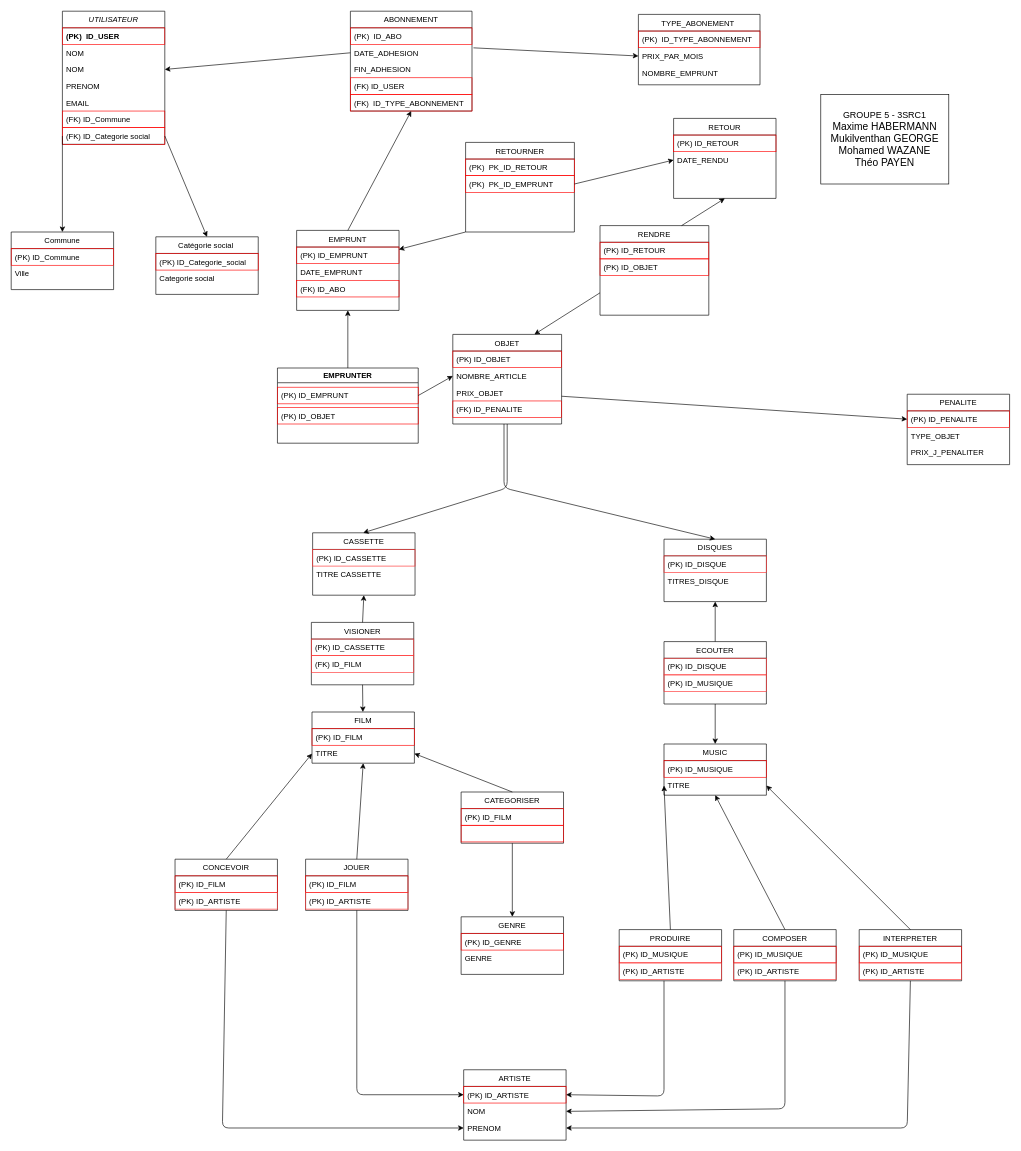
The draw.io diagram page "MPD VERSION FINALE" (4 of 4) of Proje BDD-2-2.drawio in GMukilventhan/Projet-BDD-SRC-21-22, before the edit. Source tidied: cells renumbered, new cells numbered last; positions are measured from the earlier drawing's top-left corner, leaving out a move shared by most shapes. Both pictures are drawn from the tidied source at 64%, with x=0, y=0 at pixel (11, 11).
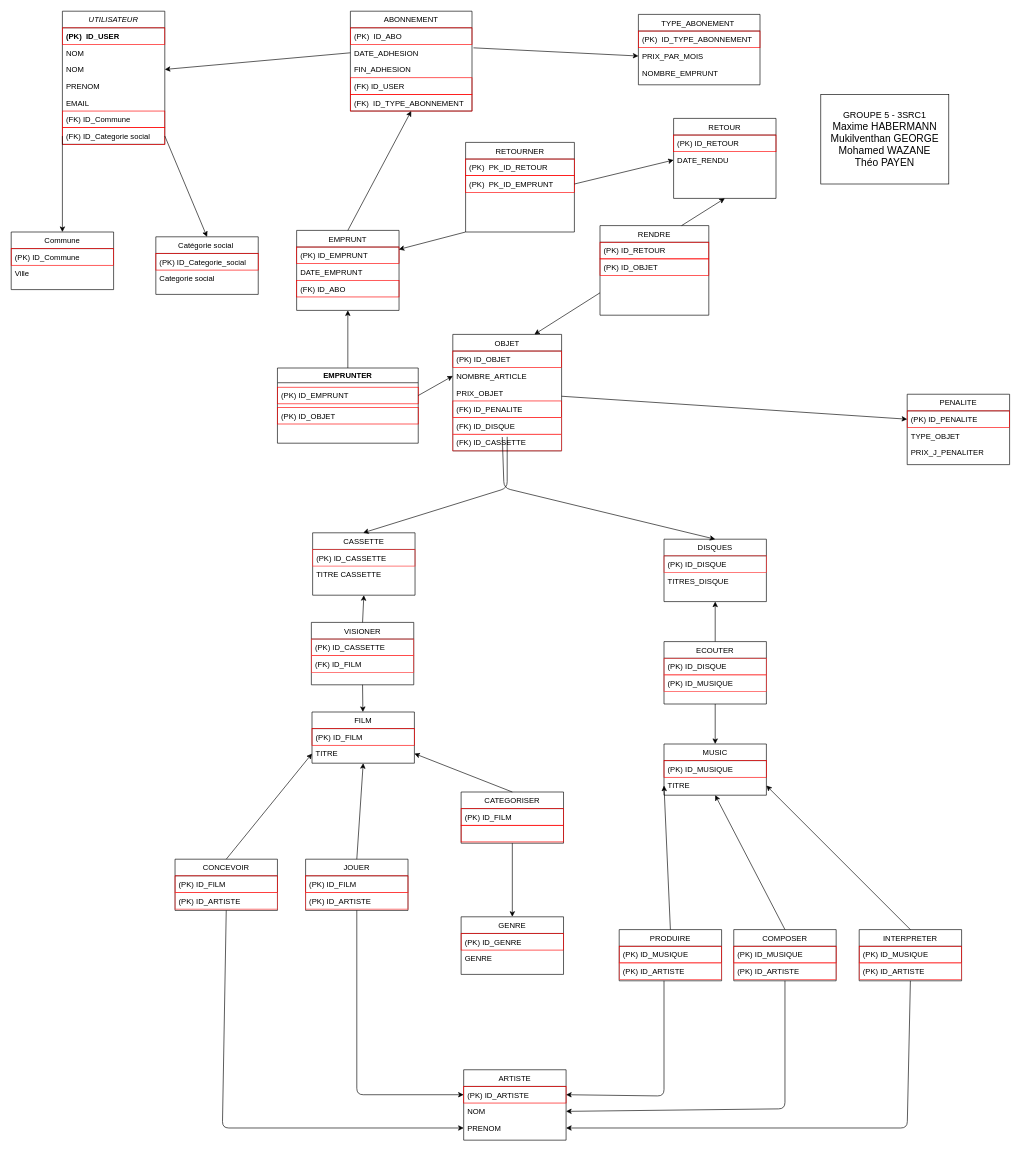
The same page after the edit.

The change refers to these unchanged cells:
```xml
<mxCell id="48" value="DISQUES" style="swimlane;fontStyle=0;align=center;verticalAlign=top;horizontal=1;startSize=26;rounded=0;shadow=0;strokeWidth=1;" parent="1" vertex="1">
  <mxGeometry x="1020" y="825" width="160" height="97.5" as="geometry" />
</mxCell>
```

The edit, as a diff of the source:
```diff
@@
     <mxCell id="16" value="OBJET" style="swimlane;fontStyle=0;align=center;verticalAlign=top;horizontal=1;startSize=26;rounded=0;shadow=0;strokeWidth=1;" parent="1" vertex="1">
-      <mxGeometry x="690" y="505" width="170" height="140" as="geometry" />
+      <mxGeometry x="690" y="505" width="170" height="182" as="geometry" />
     </mxCell>
@@
+    <mxCell id="125" value="(FK) ID_DISQUE" style="text;align=left;verticalAlign=top;spacingLeft=4;spacingRight=4;overflow=hidden;strokeColor=#FF3333;" parent="16" vertex="1">
+      <mxGeometry y="130" width="170" height="26" as="geometry" />
+    </mxCell>
+    <mxCell id="126" value="(FK) ID_CASSETTE" style="text;align=left;verticalAlign=top;spacingLeft=4;spacingRight=4;overflow=hidden;strokeColor=#FF3333;" parent="16" vertex="1">
+      <mxGeometry y="156" width="170" height="26" as="geometry" />
+    </mxCell>
@@
-    <mxCell id="78" style="endArrow=classic;html=1;exitX=0.5;exitY=1;exitDx=0;exitDy=0;entryX=0.5;entryY=0;entryDx=0;entryDy=0;" parent="1" edge="1">
+    <mxCell id="78" style="endArrow=classic;html=1;entryX=0.5;entryY=0;entryDx=0;entryDy=0;" parent="1" edge="1">
       <mxGeometry relative="1" as="geometry">
-        <mxPoint x="775" y="645" as="sourcePoint" />
+        <mxPoint x="775" y="665" as="sourcePoint" />
         <mxPoint x="550" y="815" as="targetPoint" />
         <Array as="points">
           <mxPoint x="775" y="745" />
         </Array>
       </mxGeometry>
     </mxCell>
-    <mxCell id="79" style="endArrow=classic;html=1;entryX=0.5;entryY=0;entryDx=0;entryDy=0;" parent="1" edge="1" target="48">
+    <mxCell id="79" style="endArrow=classic;html=1;entryX=0.5;entryY=0;entryDx=0;entryDy=0;exitX=0.455;exitY=1.165;exitDx=0;exitDy=0;exitPerimeter=0;" parent="1" edge="1" target="48">
       <mxGeometry relative="1" as="geometry">
-        <mxPoint x="770" y="645" as="sourcePoint" />
+        <mxPoint x="767.3" y="665.3" as="sourcePoint" />
         <Array as="points">
           <mxPoint x="770" y="745" />
         </Array>
       </mxGeometry>
     </mxCell>
```
